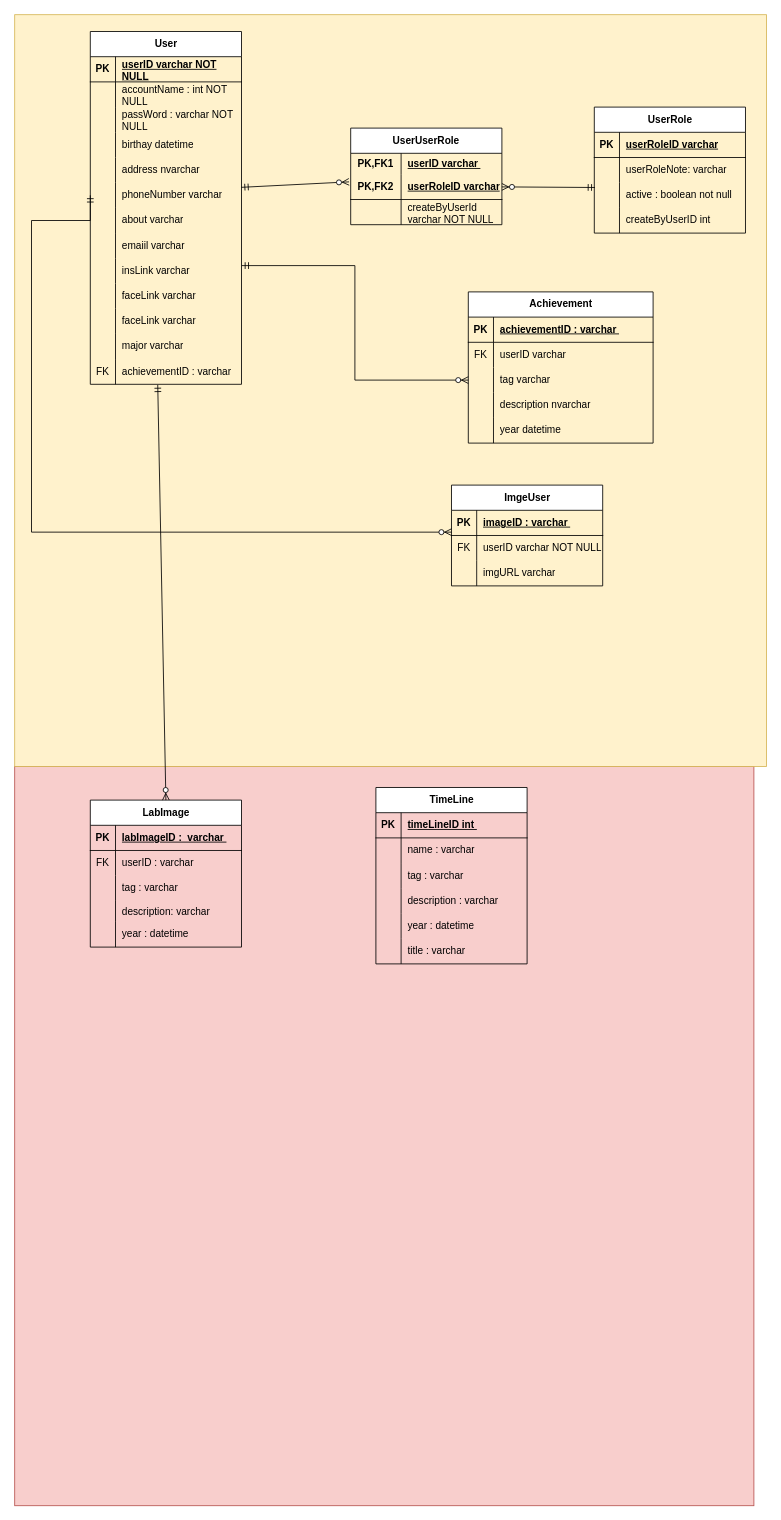
Above: Untitled Diagram.drawio in SiZedYi/H32_Blog (draw.io), before the change. Source tidied: cells renumbered, new cells numbered last; positions are measured from the earlier drawing's top-left corner, leaving out a move shared by most shapes. Both pictures are drawn from the tidied source at 84%, with x=0, y=0 at pixel (14, 14).
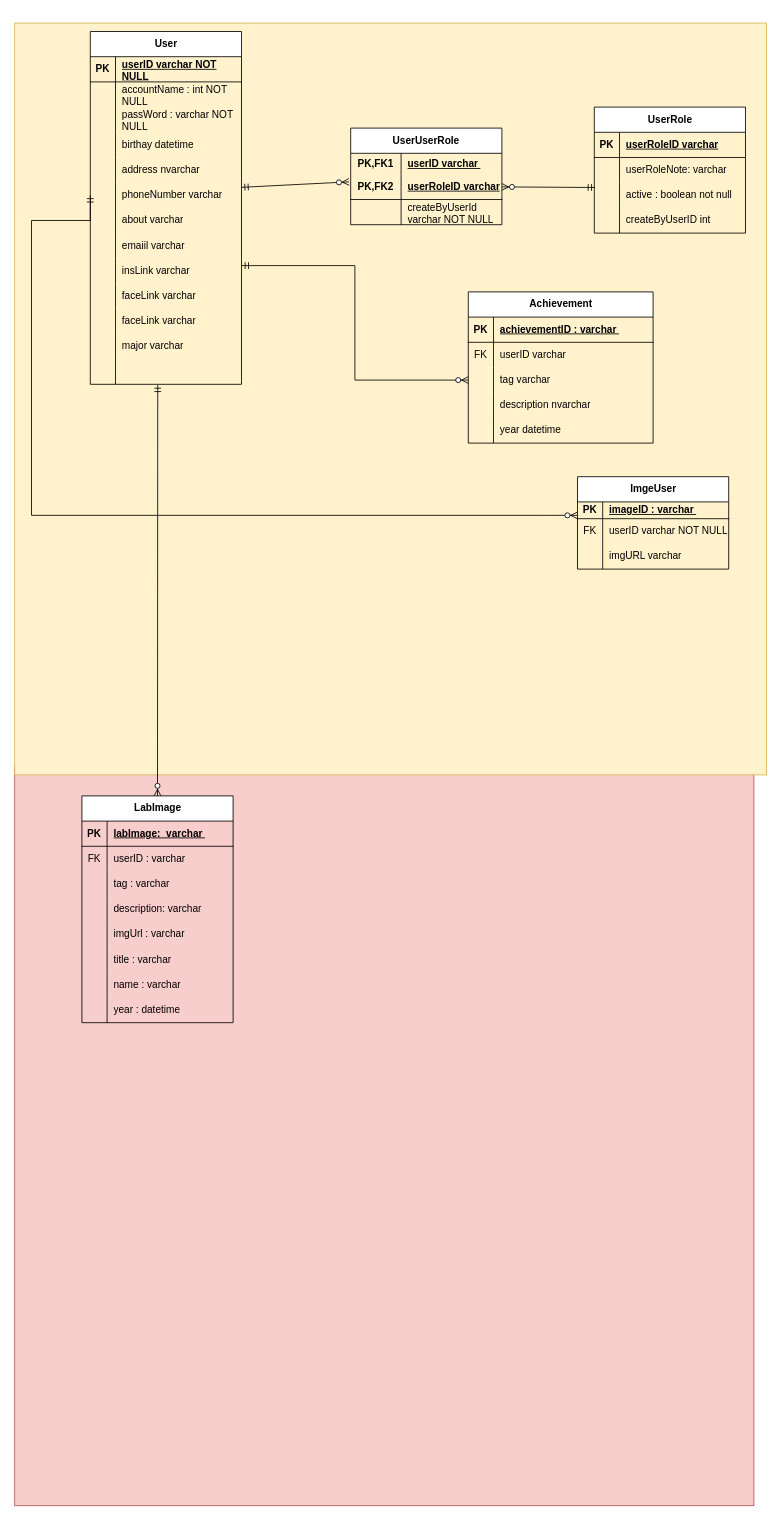
The same page after the edit.

Commit message (it also covers changes not shown here):
Cập nhật Untitled Diagram.drawio

The change refers to these unchanged cells:
```xml
<mxCell id="20" style="shape=tableRow;horizontal=0;startSize=0;swimlaneHead=0;swimlaneBody=0;fillColor=none;points=[[0,0.5],[1,0.5]];portConstraint=eastwest;top=0;left=0;right=0;bottom=0;" parent="4" vertex="1">
  <mxGeometry y="180" width="180" height="30" as="geometry" />
</mxCell>
<mxCell id="41" style="shape=tableRow;horizontal=0;startSize=0;swimlaneHead=0;swimlaneBody=0;fillColor=none;points=[[0,0.5],[1,0.5]];portConstraint=eastwest;top=0;left=0;right=0;bottom=0;" parent="4" vertex="1">
  <mxGeometry y="390" width="180" height="30" as="geometry" />
</mxCell>
<mxCell id="98" style="shape=tableRow;horizontal=0;startSize=0;swimlaneHead=0;swimlaneBody=0;fillColor=none;top=0;left=0;right=0;bottom=1;" parent="97" vertex="1">
  <mxGeometry y="30" width="180" height="30" as="geometry" />
</mxCell>
```

Diff of the diagram source:
```diff
@@
     <mxCell id="3" style="whiteSpace=wrap;html=1;fillColor=#fff2cc;strokeColor=#d6b656;" parent="1" vertex="1">
-      <mxGeometry width="895" height="895" as="geometry" />
+      <mxGeometry y="10" width="895" height="895" as="geometry" />
     </mxCell>
@@
-    <mxCell id="42" value="FK" style="shape=partialRectangle;fillColor=none;top=0;left=0;bottom=0;right=0;overflow=hidden;whiteSpace=wrap;html=1;" parent="41" vertex="1">
+    <mxCell id="42" style="shape=partialRectangle;fillColor=none;top=0;left=0;bottom=0;right=0;overflow=hidden;whiteSpace=wrap;html=1;" parent="41" vertex="1">
       <mxGeometry width="30" height="30" as="geometry" />
     </mxCell>
-    <mxCell id="43" value="achievementID : varchar" style="shape=partialRectangle;fillColor=none;top=0;left=0;bottom=0;right=0;align=left;spacingLeft=6;overflow=hidden;whiteSpace=wrap;html=1;" parent="41" vertex="1">
+    <mxCell id="43" style="shape=partialRectangle;fillColor=none;top=0;left=0;bottom=0;right=0;align=left;spacingLeft=6;overflow=hidden;whiteSpace=wrap;html=1;" parent="41" vertex="1">
       <mxGeometry x="30" width="150" height="30" as="geometry" />
     </mxCell>
@@
     <mxCell id="67" value="ImgeUser" style="shape=table;startSize=30;childLayout=tableLayout;rowLines=0;fontStyle=1;align=center;html=1;" parent="1" vertex="1">
-      <mxGeometry x="520" y="560" width="180" height="120" as="geometry" />
+      <mxGeometry x="670" y="550" width="180" height="110" as="geometry" />
     </mxCell>
     <mxCell id="68" style="shape=tableRow;horizontal=0;startSize=0;swimlaneHead=0;swimlaneBody=0;fillColor=none;top=0;left=0;right=0;bottom=1;" parent="67" vertex="1">
-      <mxGeometry y="30" width="180" height="30" as="geometry" />
+      <mxGeometry y="30" width="180" height="20" as="geometry" />
     </mxCell>
     <mxCell id="69" value="PK" style="shape=partialRectangle;fillColor=none;top=0;left=0;bottom=0;right=0;fontStyle=1;overflow=hidden;whiteSpace=wrap;html=1;" parent="68" vertex="1">
-      <mxGeometry width="30" height="30" as="geometry" />
+      <mxGeometry width="30" height="20" as="geometry" />
     </mxCell>
     <mxCell id="70" value="imageID : varchar&amp;nbsp;" style="shape=partialRectangle;fillColor=none;top=0;left=0;bottom=0;right=0;align=left;spacingLeft=6;fontStyle=5;overflow=hidden;whiteSpace=wrap;html=1;" parent="68" vertex="1">
-      <mxGeometry x="30" width="150" height="30" as="geometry" />
+      <mxGeometry x="30" width="150" height="20" as="geometry" />
     </mxCell>
     <mxCell id="71" style="shape=tableRow;horizontal=0;startSize=0;swimlaneHead=0;swimlaneBody=0;fillColor=none;points=[[0,0.5],[1,0.5]];portConstraint=eastwest;top=0;left=0;right=0;bottom=0;" parent="67" vertex="1">
-      <mxGeometry y="60" width="180" height="30" as="geometry" />
+      <mxGeometry y="50" width="180" height="30" as="geometry" />
     </mxCell>
@@
     <mxCell id="74" style="shape=tableRow;horizontal=0;startSize=0;swimlaneHead=0;swimlaneBody=0;fillColor=none;top=0;left=0;right=0;bottom=0;" parent="67" vertex="1">
-      <mxGeometry y="90" width="180" height="30" as="geometry" />
+      <mxGeometry y="80" width="180" height="30" as="geometry" />
     </mxCell>
@@
     <mxCell id="96" style="edgeStyle=orthogonalEdgeStyle;fontSize=12;html=1;endArrow=ERzeroToMany;startArrow=ERmandOne;rounded=0;exitX=0;exitY=0.5;exitDx=0;exitDy=0;entryX=0;entryY=-0.133;entryDx=0;entryDy=0;entryPerimeter=0;" parent="1" edge="1" source="20" target="71">
       <mxGeometry relative="1" as="geometry">
         <Array as="points">
           <mxPoint x="90" y="245" />
           <mxPoint x="20" y="245" />
-          <mxPoint x="20" y="616" />
+          <mxPoint x="20" y="596" />
+          <mxPoint x="630" y="596" />
         </Array>
       </mxGeometry>
     </mxCell>
     <mxCell id="97" value="LabImage" style="shape=table;startSize=30;childLayout=tableLayout;rowLines=0;fontStyle=1;align=center;html=1;" parent="1" vertex="1">
-      <mxGeometry x="90" y="935" width="180" height="175" as="geometry" />
+      <mxGeometry x="80" y="930" width="180" height="270" as="geometry" />
     </mxCell>
@@
-    <mxCell id="100" value="labImageID :&amp;nbsp; varchar&amp;nbsp;" style="shape=partialRectangle;fillColor=none;top=0;left=0;bottom=0;right=0;align=left;spacingLeft=6;fontStyle=5;overflow=hidden;whiteSpace=wrap;html=1;" parent="98" vertex="1">
+    <mxCell id="100" value="labImage:&amp;nbsp; varchar&amp;nbsp;" style="shape=partialRectangle;fillColor=none;top=0;left=0;bottom=0;right=0;align=left;spacingLeft=6;fontStyle=5;overflow=hidden;whiteSpace=wrap;html=1;" parent="98" vertex="1">
       <mxGeometry x="30" width="150" height="30" as="geometry" />
     </mxCell>
@@
     <mxCell id="107" style="shape=tableRow;horizontal=0;startSize=0;swimlaneHead=0;swimlaneBody=0;fillColor=none;top=0;left=0;right=0;bottom=0;" parent="97" vertex="1">
-      <mxGeometry y="120" width="180" height="25" as="geometry" />
+      <mxGeometry y="120" width="180" height="30" as="geometry" />
     </mxCell>
     <mxCell id="108" style="shape=partialRectangle;fillColor=none;top=0;left=0;bottom=0;right=0;overflow=hidden;whiteSpace=wrap;html=1;" parent="107" vertex="1">
-      <mxGeometry width="30" height="25" as="geometry" />
+      <mxGeometry width="30" height="30" as="geometry" />
     </mxCell>
     <mxCell id="109" value="description: varchar" style="shape=partialRectangle;fillColor=none;top=0;left=0;bottom=0;right=0;align=left;spacingLeft=6;overflow=hidden;whiteSpace=wrap;html=1;" parent="107" vertex="1">
-      <mxGeometry x="30" width="150" height="25" as="geometry" />
+      <mxGeometry x="30" width="150" height="30" as="geometry" />
     </mxCell>
     <mxCell id="110" style="shape=tableRow;horizontal=0;startSize=0;swimlaneHead=0;swimlaneBody=0;fillColor=none;top=0;left=0;right=0;bottom=0;" parent="97" vertex="1">
-      <mxGeometry y="145" width="180" height="30" as="geometry" />
+      <mxGeometry y="150" width="180" height="30" as="geometry" />
     </mxCell>
@@
-    <mxCell id="112" value="year : datetime" style="shape=partialRectangle;fillColor=none;top=0;left=0;bottom=0;right=0;align=left;spacingLeft=6;overflow=hidden;whiteSpace=wrap;html=1;" parent="110" vertex="1">
+    <mxCell id="112" value="imgUrl : varchar" style="shape=partialRectangle;fillColor=none;top=0;left=0;bottom=0;right=0;align=left;spacingLeft=6;overflow=hidden;whiteSpace=wrap;html=1;" parent="110" vertex="1">
       <mxGeometry x="30" width="150" height="30" as="geometry" />
     </mxCell>
+    <mxCell id="130" style="shape=tableRow;horizontal=0;startSize=0;swimlaneHead=0;swimlaneBody=0;fillColor=none;top=0;left=0;right=0;bottom=0;" parent="97" vertex="1">
+      <mxGeometry y="180" width="180" height="30" as="geometry" />
+    </mxCell>
+    <mxCell id="134" style="shape=partialRectangle;fillColor=none;top=0;left=0;bottom=0;right=0;overflow=hidden;whiteSpace=wrap;html=1;" parent="130" vertex="1">
+      <mxGeometry width="30" height="30" as="geometry" />
+    </mxCell>
+    <mxCell id="132" value="title : varchar" style="shape=partialRectangle;fillColor=none;top=0;left=0;bottom=0;right=0;align=left;spacingLeft=6;overflow=hidden;whiteSpace=wrap;html=1;" parent="130" vertex="1">
+      <mxGeometry x="30" width="150" height="30" as="geometry" />
+    </mxCell>
+    <mxCell id="135" style="shape=tableRow;horizontal=0;startSize=0;swimlaneHead=0;swimlaneBody=0;fillColor=none;top=0;left=0;right=0;bottom=0;" parent="97" vertex="1">
+      <mxGeometry y="210" width="180" height="30" as="geometry" />
+    </mxCell>
+    <mxCell id="136" style="shape=partialRectangle;fillColor=none;top=0;left=0;bottom=0;right=0;overflow=hidden;whiteSpace=wrap;html=1;" parent="135" vertex="1">
+      <mxGeometry width="30" height="30" as="geometry" />
+    </mxCell>
+    <mxCell id="120" value="name : varchar" style="shape=partialRectangle;fillColor=none;top=0;left=0;bottom=0;right=0;align=left;spacingLeft=6;overflow=hidden;whiteSpace=wrap;html=1;" parent="135" vertex="1">
+      <mxGeometry x="30" width="150" height="30" as="geometry" />
+    </mxCell>
+    <mxCell id="137" style="shape=tableRow;horizontal=0;startSize=0;swimlaneHead=0;swimlaneBody=0;fillColor=none;top=0;left=0;right=0;bottom=0;" parent="97" vertex="1">
+      <mxGeometry y="240" width="180" height="30" as="geometry" />
+    </mxCell>
+    <mxCell id="138" style="shape=partialRectangle;fillColor=none;top=0;left=0;bottom=0;right=0;overflow=hidden;whiteSpace=wrap;html=1;" parent="137" vertex="1">
+      <mxGeometry width="30" height="30" as="geometry" />
+    </mxCell>
+    <mxCell id="129" value="year : datetime" style="shape=partialRectangle;fillColor=none;top=0;left=0;bottom=0;right=0;align=left;spacingLeft=6;overflow=hidden;whiteSpace=wrap;html=1;" parent="137" vertex="1">
+      <mxGeometry x="30" width="150" height="30" as="geometry" />
+    </mxCell>
@@
-    <mxCell id="114" value="TimeLine" style="shape=table;startSize=30;childLayout=tableLayout;rowLines=0;fontStyle=1;align=center;html=1;" parent="1" vertex="1">
-      <mxGeometry x="430" y="920" width="180" height="210" as="geometry" />
-    </mxCell>
-    <mxCell id="115" style="shape=tableRow;horizontal=0;startSize=0;swimlaneHead=0;swimlaneBody=0;fillColor=none;top=0;left=0;right=0;bottom=1;" parent="114" vertex="1">
-      <mxGeometry y="30" width="180" height="30" as="geometry" />
-    </mxCell>
-    <mxCell id="116" value="PK" style="shape=partialRectangle;fillColor=none;top=0;left=0;bottom=0;right=0;fontStyle=1;overflow=hidden;whiteSpace=wrap;html=1;" parent="115" vertex="1">
-      <mxGeometry width="30" height="30" as="geometry" />
-    </mxCell>
-    <mxCell id="117" value="timeLineID int&amp;nbsp;" style="shape=partialRectangle;fillColor=none;top=0;left=0;bottom=0;right=0;align=left;spacingLeft=6;fontStyle=5;overflow=hidden;whiteSpace=wrap;html=1;" parent="115" vertex="1">
-      <mxGeometry x="30" width="150" height="30" as="geometry" />
-    </mxCell>
-    <mxCell id="118" style="shape=tableRow;horizontal=0;startSize=0;swimlaneHead=0;swimlaneBody=0;fillColor=none;top=0;left=0;right=0;bottom=0;" parent="114" vertex="1">
-      <mxGeometry y="60" width="180" height="30" as="geometry" />
-    </mxCell>
-    <mxCell id="119" style="shape=partialRectangle;fillColor=none;top=0;left=0;bottom=0;right=0;overflow=hidden;whiteSpace=wrap;html=1;" parent="118" vertex="1">
-      <mxGeometry width="30" height="30" as="geometry" />
-    </mxCell>
-    <mxCell id="120" value="name : varchar" style="shape=partialRectangle;fillColor=none;top=0;left=0;bottom=0;right=0;align=left;spacingLeft=6;overflow=hidden;whiteSpace=wrap;html=1;" parent="118" vertex="1">
-      <mxGeometry x="30" width="150" height="30" as="geometry" />
-    </mxCell>
-    <mxCell id="121" style="shape=tableRow;horizontal=0;startSize=0;swimlaneHead=0;swimlaneBody=0;fillColor=none;top=0;left=0;right=0;bottom=0;" parent="114" vertex="1">
-      <mxGeometry y="90" width="180" height="30" as="geometry" />
-    </mxCell>
-    <mxCell id="122" style="shape=partialRectangle;fillColor=none;top=0;left=0;bottom=0;right=0;overflow=hidden;whiteSpace=wrap;html=1;" parent="121" vertex="1">
-      <mxGeometry width="30" height="30" as="geometry" />
-    </mxCell>
-    <mxCell id="123" value="tag : varchar" style="shape=partialRectangle;fillColor=none;top=0;left=0;bottom=0;right=0;align=left;spacingLeft=6;overflow=hidden;whiteSpace=wrap;html=1;" parent="121" vertex="1">
-      <mxGeometry x="30" width="150" height="30" as="geometry" />
-    </mxCell>
-    <mxCell id="124" style="shape=tableRow;horizontal=0;startSize=0;swimlaneHead=0;swimlaneBody=0;fillColor=none;top=0;left=0;right=0;bottom=0;" parent="114" vertex="1">
-      <mxGeometry y="120" width="180" height="30" as="geometry" />
-    </mxCell>
-    <mxCell id="125" style="shape=partialRectangle;fillColor=none;top=0;left=0;bottom=0;right=0;overflow=hidden;whiteSpace=wrap;html=1;" parent="124" vertex="1">
-      <mxGeometry width="30" height="30" as="geometry" />
-    </mxCell>
-    <mxCell id="126" value="description : varchar" style="shape=partialRectangle;fillColor=none;top=0;left=0;bottom=0;right=0;align=left;spacingLeft=6;overflow=hidden;whiteSpace=wrap;html=1;" parent="124" vertex="1">
-      <mxGeometry x="30" width="150" height="30" as="geometry" />
-    </mxCell>
-    <mxCell id="127" style="shape=tableRow;horizontal=0;startSize=0;swimlaneHead=0;swimlaneBody=0;fillColor=none;top=0;left=0;right=0;bottom=0;" parent="114" vertex="1">
-      <mxGeometry y="150" width="180" height="30" as="geometry" />
-    </mxCell>
-    <mxCell id="128" style="shape=partialRectangle;fillColor=none;top=0;left=0;bottom=0;right=0;overflow=hidden;whiteSpace=wrap;html=1;" parent="127" vertex="1">
-      <mxGeometry width="30" height="30" as="geometry" />
-    </mxCell>
-    <mxCell id="129" value="year : datetime" style="shape=partialRectangle;fillColor=none;top=0;left=0;bottom=0;right=0;align=left;spacingLeft=6;overflow=hidden;whiteSpace=wrap;html=1;" parent="127" vertex="1">
-      <mxGeometry x="30" width="150" height="30" as="geometry" />
-    </mxCell>
-    <mxCell id="130" style="shape=tableRow;horizontal=0;startSize=0;swimlaneHead=0;swimlaneBody=0;fillColor=none;top=0;left=0;right=0;bottom=0;" parent="114" vertex="1">
-      <mxGeometry y="180" width="180" height="30" as="geometry" />
-    </mxCell>
-    <mxCell id="131" style="shape=partialRectangle;fillColor=none;top=0;left=0;bottom=0;right=0;overflow=hidden;whiteSpace=wrap;html=1;" parent="130" vertex="1">
-      <mxGeometry width="30" height="30" as="geometry" />
-    </mxCell>
-    <mxCell id="132" value="title : varchar" style="shape=partialRectangle;fillColor=none;top=0;left=0;bottom=0;right=0;align=left;spacingLeft=6;overflow=hidden;whiteSpace=wrap;html=1;" parent="130" vertex="1">
-      <mxGeometry x="30" width="150" height="30" as="geometry" />
-    </mxCell>
```
